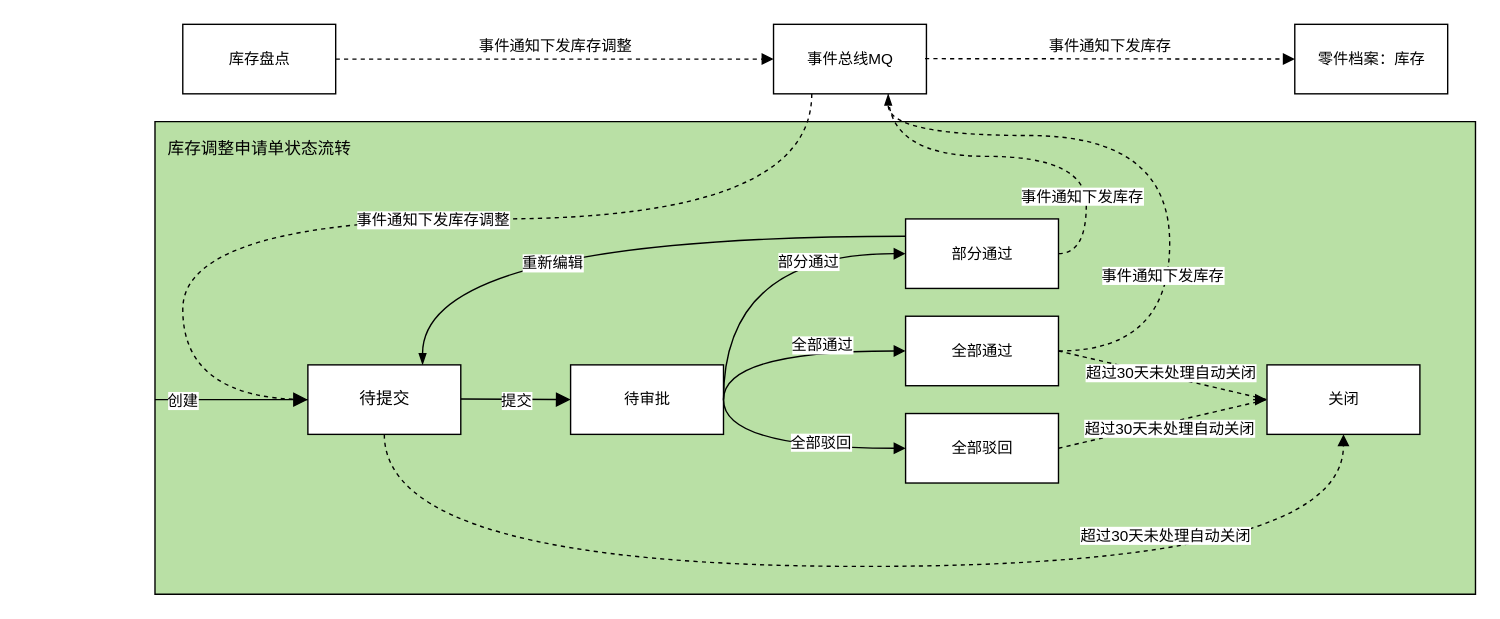
1132489442/gitRepository1 keeps this draw.io diagram as page "事件图" (4 of 5) of 库存调整申请单.drawio. Above is the earlier version. Source tidied: cells renumbered, new cells numbered last; positions are measured from the earlier drawing's top-left corner, leaving out a move shared by most shapes. Both pictures are drawn from the tidied source at 139%, with x=0, y=0 at pixel (154, 24).
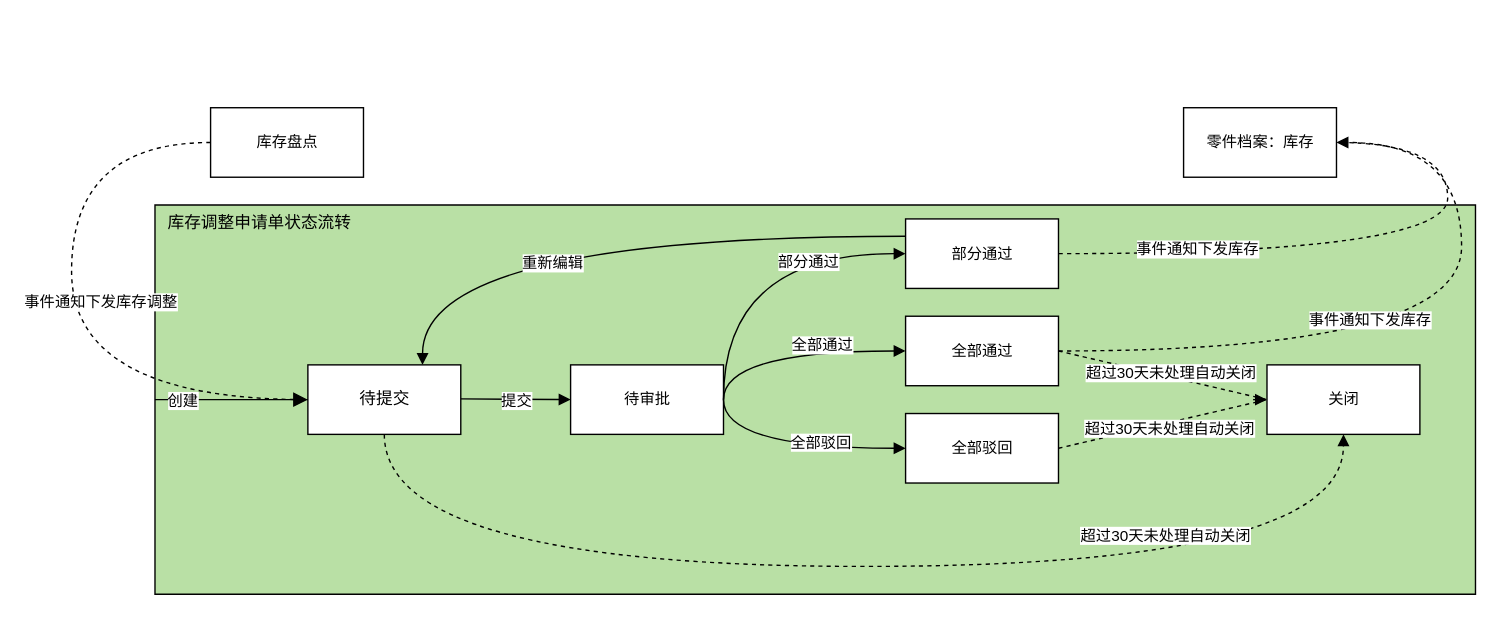
The same page after the edit.

The change refers to these unchanged cells:
```xml
<mxCell id="4" value="&lt;span style=&quot;font-size: 11px ; background-color: rgb(255 , 255 , 255)&quot;&gt;待审批&lt;/span&gt;" style="html=1;fillColor=#FFFFFF;" parent="1" vertex="1">
  <mxGeometry x="299" y="245" width="110" height="50" as="geometry" />
</mxCell>
<mxCell id="8" value="&lt;span style=&quot;font-size: 11px ; background-color: rgb(255 , 255 , 255)&quot;&gt;全部通过&lt;/span&gt;" style="html=1;fillColor=#FFFFFF;" parent="1" vertex="1">
  <mxGeometry x="540" y="210" width="110" height="50" as="geometry" />
</mxCell>
<mxCell id="13" value="&lt;span style=&quot;font-size: 11px ; background-color: rgb(255 , 255 , 255)&quot;&gt;部分通过&lt;/span&gt;" style="html=1;fillColor=#FFFFFF;" parent="1" vertex="1">
  <mxGeometry x="540" y="140" width="110" height="50" as="geometry" />
</mxCell>
<mxCell id="17" value="&lt;font face=&quot;helvetica&quot;&gt;待提交&lt;/font&gt;" style="html=1;fillColor=#FFFFFF;" parent="1" vertex="1">
  <mxGeometry x="110" y="245" width="110" height="50" as="geometry" />
</mxCell>
```

Diff of the diagram source:
```diff
@@
     <mxCell id="2" style="verticalLabelPosition=bottom;verticalAlign=top;html=1;shape=mxgraph.basic.rect;fillColor2=none;strokeWidth=1;size=20;indent=5;fillColor=#B9E0A5;" parent="1" vertex="1">
-      <mxGeometry y="70" width="950" height="340" as="geometry" />
+      <mxGeometry y="130" width="950" height="280" as="geometry" />
     </mxCell>
-    <mxCell id="3" value="提交" style="html=1;verticalAlign=bottom;endArrow=block;rounded=0;entryX=0;entryY=0.5;entryDx=0;entryDy=0;endFill=1;endSize=8;" parent="1" edge="1" target="4">
+    <mxCell id="3" value="提交" style="html=1;verticalAlign=bottom;endArrow=block;rounded=0;entryX=0;entryY=0.5;entryDx=0;entryDy=0;endFill=1;endSize=6;" parent="1" edge="1" target="4">
       <mxGeometry x="0.01" y="-10" relative="1" as="geometry">
         <mxPoint x="220" y="269.5" as="sourcePoint" />
       </mxGeometry>
     </mxCell>
@@
-    <mxCell id="6" style="edgeStyle=orthogonalEdgeStyle;curved=1;rounded=0;jettySize=auto;html=1;exitX=1;exitY=0.5;exitDx=0;exitDy=0;entryX=0.75;entryY=1;entryDx=0;entryDy=0;dashed=1;endArrow=blockThin;endFill=1;" parent="1" edge="1" source="8" target="23">
+    <mxCell id="6" style="edgeStyle=orthogonalEdgeStyle;curved=1;rounded=0;jettySize=auto;html=1;exitX=1;exitY=0.5;exitDx=0;exitDy=0;entryX=1;entryY=0.5;entryDx=0;entryDy=0;dashed=1;endArrow=block;endFill=1;" parent="1" edge="1" source="8" target="20">
       <mxGeometry relative="1" as="geometry">
         <Array as="points">
-          <mxPoint x="730" y="235" />
-          <mxPoint x="730" y="80" />
-          <mxPoint x="527" y="80" />
+          <mxPoint x="940" y="235" />
+          <mxPoint x="940" y="85" />
         </Array>
       </mxGeometry>
     </mxCell>
     <mxCell id="7" value="事件通知下发库存" style="edgeLabel;html=1;align=center;verticalAlign=middle;" parent="6" vertex="1">
-      <mxGeometry x="-0.16" y="6" relative="1" as="geometry">
-        <mxPoint y="61" as="offset" />
-      </mxGeometry>
+      <mxGeometry x="-0.16" y="23" relative="1" as="geometry" />
     </mxCell>
@@
-    <mxCell id="9" style="edgeStyle=orthogonalEdgeStyle;curved=1;rounded=0;jettySize=auto;html=1;exitX=1;exitY=0.5;exitDx=0;exitDy=0;entryX=0.75;entryY=1;entryDx=0;entryDy=0;dashed=1;endArrow=none;endFill=0;" parent="1" edge="1" source="13" target="23">
-      <mxGeometry relative="1" as="geometry" />
+    <mxCell id="9" style="edgeStyle=orthogonalEdgeStyle;curved=1;rounded=0;jettySize=auto;html=1;exitX=1;exitY=0.5;exitDx=0;exitDy=0;entryX=1;entryY=0.5;entryDx=0;entryDy=0;dashed=1;endArrow=none;endFill=0;" parent="1" edge="1" source="13" target="20">
+      <mxGeometry relative="1" as="geometry">
+        <Array as="points">
+          <mxPoint x="930" y="165" />
+          <mxPoint x="930" y="85" />
+        </Array>
+      </mxGeometry>
     </mxCell>
@@
-    <mxCell id="11" style="edgeStyle=orthogonalEdgeStyle;curved=1;rounded=0;jettySize=auto;html=1;exitX=0;exitY=0.25;exitDx=0;exitDy=0;entryX=0.75;entryY=0;entryDx=0;entryDy=0;endArrow=blockThin;endFill=1;" parent="1" edge="1" source="13" target="17">
+    <mxCell id="11" style="edgeStyle=orthogonalEdgeStyle;curved=1;rounded=0;jettySize=auto;html=1;exitX=0;exitY=0.25;exitDx=0;exitDy=0;entryX=0.75;entryY=0;entryDx=0;entryDy=0;endArrow=block;endFill=1;" parent="1" edge="1" source="13" target="17">
       <mxGeometry relative="1" as="geometry" />
     </mxCell>
@@
     <mxCell id="19" value="&lt;span style=&quot;font-size: 11px ; background-color: rgb(255 , 255 , 255)&quot;&gt;库存盘点&lt;/span&gt;" style="html=1;fillColor=#FFFFFF;" parent="1" vertex="1">
-      <mxGeometry x="20" width="110" height="50" as="geometry" />
+      <mxGeometry x="40" y="60" width="110" height="50" as="geometry" />
     </mxCell>
     <mxCell id="20" value="&lt;span style=&quot;font-size: 11px ; background-color: rgb(255 , 255 , 255)&quot;&gt;零件档案：库存&lt;/span&gt;" style="html=1;fillColor=#FFFFFF;" parent="1" vertex="1">
-      <mxGeometry x="820" width="110" height="50" as="geometry" />
+      <mxGeometry x="740" y="60" width="110" height="50" as="geometry" />
     </mxCell>
-    <mxCell id="21" style="edgeStyle=orthogonalEdgeStyle;curved=1;rounded=0;jettySize=auto;html=1;exitX=0.25;exitY=1;exitDx=0;exitDy=0;entryX=0;entryY=0.5;entryDx=0;entryDy=0;endArrow=none;endFill=0;dashed=1;" parent="1" edge="1" source="23" target="17">
+    <mxCell id="21" style="edgeStyle=orthogonalEdgeStyle;curved=1;rounded=0;jettySize=auto;html=1;exitX=0;exitY=0.5;exitDx=0;exitDy=0;entryX=0;entryY=0.5;entryDx=0;entryDy=0;endArrow=none;endFill=0;dashed=1;" parent="1" edge="1" source="19" target="17">
       <mxGeometry relative="1" as="geometry">
         <Array as="points">
-          <mxPoint x="473" y="140" />
-          <mxPoint x="20" y="140" />
-          <mxPoint x="20" y="270" />
+          <mxPoint x="-60" y="85" />
+          <mxPoint x="-60" y="270" />
         </Array>
       </mxGeometry>
     </mxCell>
@@
-    <mxCell id="23" value="&lt;span style=&quot;font-size: 11px ; background-color: rgb(255 , 255 , 255)&quot;&gt;事件总线MQ&lt;/span&gt;" style="html=1;fillColor=#FFFFFF;" parent="1" vertex="1">
-      <mxGeometry x="445" width="110" height="50" as="geometry" />
-    </mxCell>
-    <mxCell id="24" value="事件通知下发库存调整" style="html=1;verticalAlign=bottom;endArrow=block;rounded=0;dashed=1;exitX=1;exitY=0.5;exitDx=0;exitDy=0;entryX=0;entryY=0.5;entryDx=0;entryDy=0;" parent="1" edge="1" source="19" target="23">
-      <mxGeometry relative="1" as="geometry" />
-    </mxCell>
-    <mxCell id="25" value="事件通知下发库存" style="html=1;verticalAlign=bottom;endArrow=block;rounded=0;dashed=1;exitX=1;exitY=0.5;exitDx=0;exitDy=0;entryX=0;entryY=0.5;entryDx=0;entryDy=0;" parent="1" edge="1" target="20">
-      <mxGeometry relative="1" as="geometry">
-        <mxPoint x="554" y="24.7" as="sourcePoint" />
-      </mxGeometry>
-    </mxCell>
@@
     <mxCell id="34" value="库存调整申请单状态流转" style="text;html=1;align=center;verticalAlign=middle;strokeColor=none;fillColor=none;" parent="1" vertex="1">
-      <mxGeometry y="80" width="150" height="20" as="geometry" />
+      <mxGeometry y="133" width="150" height="20" as="geometry" />
     </mxCell>
```
